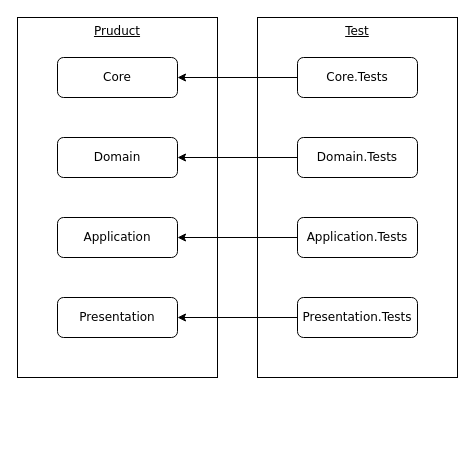
The draw.io diagram books/ushibutatory-gamedev-5/architecture-testing.drawio in ushibutatory/tech-images, before the edit. Source tidied: cells renumbered, new cells numbered last; positions are measured from the earlier drawing's top-left corner, leaving out a move shared by most shapes. Both pictures are drawn from the tidied source at 100%, with x=0, y=0 at pixel (17, 17).
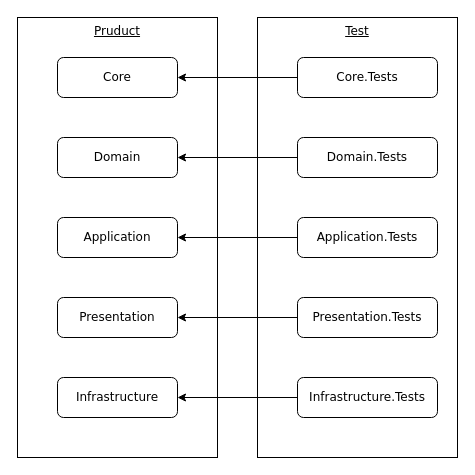
Above is the later version.

What changed in the source:
```diff
@@
 <mxGraphModel background="#ffffff">
   <root>
     <mxCell id="0" />
     <mxCell id="1" parent="0" />
     <mxCell id="2" value="Pruduct" style="rounded=0;whiteSpace=wrap;html=1;fontStyle=4;verticalAlign=top;fontFamily=Verdana;" parent="1" vertex="1">
-      <mxGeometry width="200" height="360" as="geometry" />
+      <mxGeometry width="200" height="440" as="geometry" />
     </mxCell>
     <mxCell id="3" value="Test" style="rounded=0;whiteSpace=wrap;html=1;fontStyle=4;verticalAlign=top;fontFamily=Verdana;" parent="1" vertex="1">
-      <mxGeometry x="240" width="200" height="360" as="geometry" />
+      <mxGeometry x="240" width="200" height="440" as="geometry" />
     </mxCell>
     <mxCell id="4" value="Core" style="rounded=1;whiteSpace=wrap;html=1;fontFamily=Verdana;" parent="1" vertex="1">
       <mxGeometry x="40" y="40" width="120" height="40" as="geometry" />
     </mxCell>
     <mxCell id="5" value="Domain" style="rounded=1;whiteSpace=wrap;html=1;fontFamily=Verdana;" parent="1" vertex="1">
       <mxGeometry x="40" y="120" width="120" height="40" as="geometry" />
     </mxCell>
     <mxCell id="6" value="Application" style="rounded=1;whiteSpace=wrap;html=1;fontFamily=Verdana;" parent="1" vertex="1">
       <mxGeometry x="40" y="200" width="120" height="40" as="geometry" />
     </mxCell>
     <mxCell id="7" value="Presentation" style="rounded=1;whiteSpace=wrap;html=1;fontFamily=Verdana;" parent="1" vertex="1">
       <mxGeometry x="40" y="280" width="120" height="40" as="geometry" />
     </mxCell>
     <mxCell id="8" value="Core.Tests" style="rounded=1;whiteSpace=wrap;html=1;fontFamily=Verdana;" parent="1" vertex="1">
-      <mxGeometry x="280" y="40" width="120" height="40" as="geometry" />
+      <mxGeometry x="280" y="40" width="140" height="40" as="geometry" />
     </mxCell>
     <mxCell id="9" value="Domain.Tests" style="rounded=1;whiteSpace=wrap;html=1;fontFamily=Verdana;" parent="1" vertex="1">
-      <mxGeometry x="280" y="120" width="120" height="40" as="geometry" />
+      <mxGeometry x="280" y="120" width="140" height="40" as="geometry" />
     </mxCell>
     <mxCell id="10" value="Application.Tests" style="rounded=1;whiteSpace=wrap;html=1;fontFamily=Verdana;" parent="1" vertex="1">
-      <mxGeometry x="280" y="200" width="120" height="40" as="geometry" />
+      <mxGeometry x="280" y="200" width="140" height="40" as="geometry" />
     </mxCell>
     <mxCell id="11" value="Presentation.Tests" style="rounded=1;whiteSpace=wrap;html=1;fontFamily=Verdana;" parent="1" vertex="1">
-      <mxGeometry x="280" y="280" width="120" height="40" as="geometry" />
+      <mxGeometry x="280" y="280" width="140" height="40" as="geometry" />
     </mxCell>
     <mxCell id="12" style="endArrow=classic;html=1;" parent="1" edge="1" source="8" target="4">
       <mxGeometry relative="1" as="geometry" />
     </mxCell>
     <mxCell id="13" style="endArrow=classic;html=1;" parent="1" edge="1" source="9" target="5">
       <mxGeometry relative="1" as="geometry" />
     </mxCell>
     <mxCell id="14" style="endArrow=classic;html=1;" parent="1" edge="1" source="10" target="6">
       <mxGeometry relative="1" as="geometry" />
     </mxCell>
     <mxCell id="15" style="endArrow=classic;html=1;" parent="1" edge="1" source="11" target="7">
       <mxGeometry relative="1" as="geometry" />
     </mxCell>
+    <mxCell id="16" value="Infrastructure" style="rounded=1;whiteSpace=wrap;html=1;fontFamily=Verdana;" parent="1" vertex="1">
+      <mxGeometry x="40" y="360" width="120" height="40" as="geometry" />
+    </mxCell>
+    <mxCell id="17" value="Infrastructure.Tests" style="rounded=1;whiteSpace=wrap;html=1;fontFamily=Verdana;" parent="1" vertex="1">
+      <mxGeometry x="280" y="360" width="140" height="40" as="geometry" />
+    </mxCell>
+    <mxCell id="18" style="endArrow=classic;html=1;" parent="1" edge="1" source="17" target="16">
+      <mxGeometry relative="1" as="geometry" />
+    </mxCell>
   </root>
 </mxGraphModel>
```
